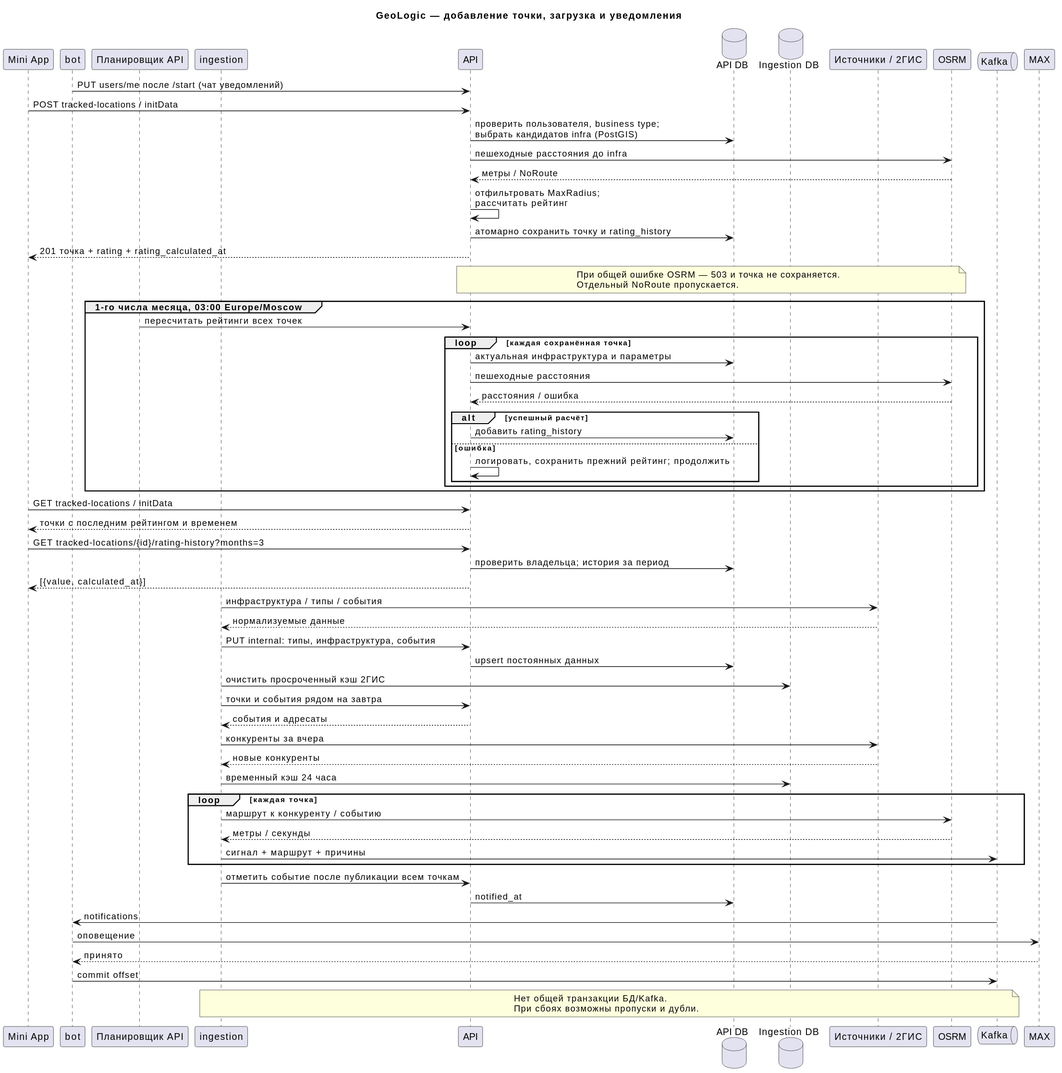
Earlier version of the PlantUML export docs/diagrams/rendered/monitoring-sequence.svg (kotafan1rich/GeoLogic-Monitor).
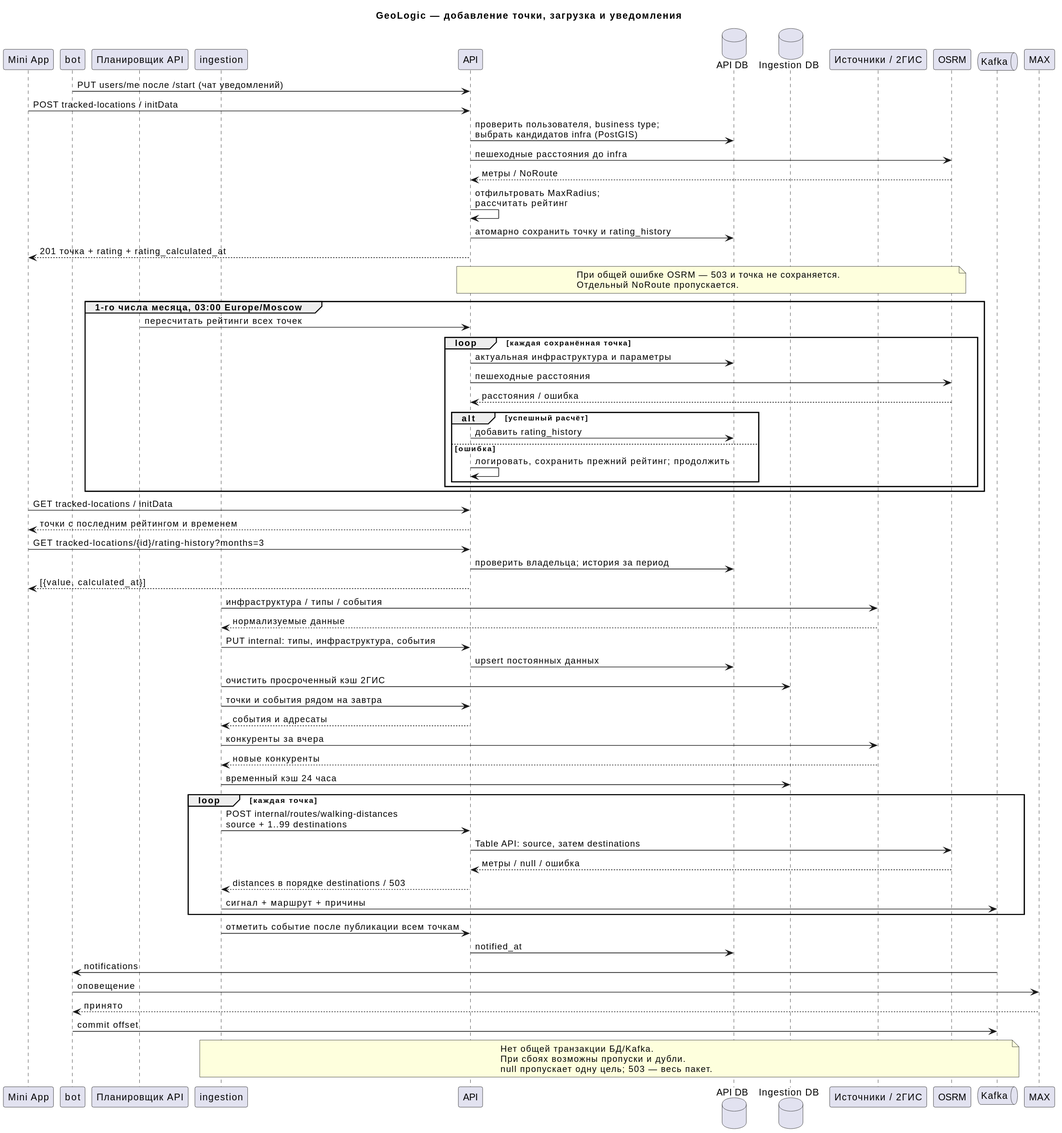
The same diagram one commit later.

Diff of the diagram source:
```diff
@@ -52,8 +52,10 @@
 P --> W : новые конкуренты
 W -> IDB : временный кэш 24 часа
 loop каждая точка
- W -> R : маршрут к конкуренту / событию
- R --> W : метры / секунды
+ W -> A : POST internal/routes/walking-distances\nsource + 1..99 destinations
+ A -> R : Table API: source, затем destinations
+ R --> A : метры / null / ошибка
+ A --> W : distances в порядке destinations / 503
  W -> K : сигнал + маршрут + причины
 end
 W -> A : отметить событие после публикации всем точкам
@@ -65,5 +67,6 @@
 note over W,K
  Нет общей транзакции БД/Kafka.
  При сбоях возможны пропуски и дубли.
+ null пропускает одну цель; 503 — весь пакет.
 end note
 @enduml
```
